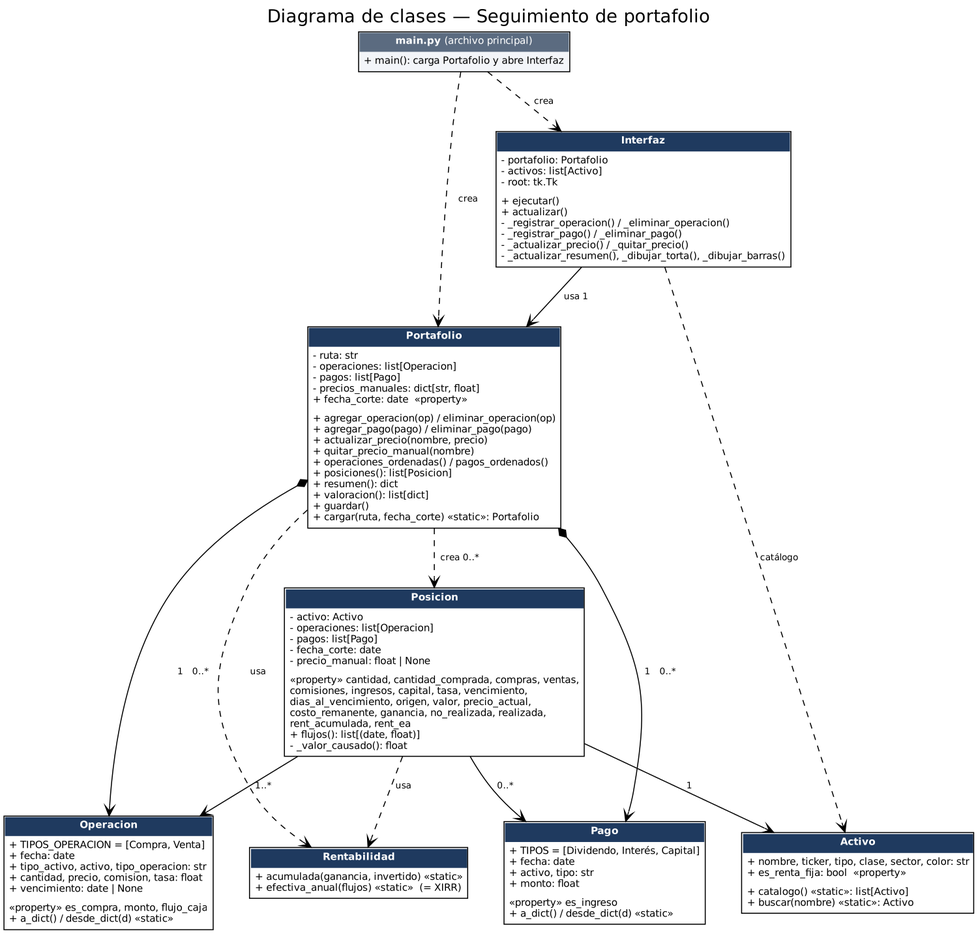
This is docs/img/uml_clases.png from N-um/Portafolio-de-inversion., a Graphviz export, as it was before one commit. Its source is kept beside it as docs/uml_clases.dot. Its diagram source:
```dot
digraph UML {
  graph [rankdir=TB, fontname="Helvetica", nodesep=0.5, ranksep=0.7, label="Diagrama de clases — Seguimiento de portafolio", labelloc=t, fontsize=18];
  node  [shape=plain, fontname="Helvetica", fontsize=10];
  edge  [fontname="Helvetica", fontsize=9];

  main [label=<<table border="1" cellborder="0" cellspacing="0" cellpadding="4" bgcolor="#F3F5F9">
    <tr><td bgcolor="#5B6B80"><font color="white"><b>main.py</b> (archivo principal)</font></td></tr>
    <tr><td align="left" balign="left">+ main(): carga Portafolio y abre Interfaz</td></tr></table>>];

  Interfaz [label=<<table border="1" cellborder="0" cellspacing="0" cellpadding="4">
    <tr><td bgcolor="#1F3A5F"><font color="white"><b>Interfaz</b></font></td></tr>
    <tr><td align="left" balign="left">- portafolio: Portafolio<br align="left"/>- activos: list[Activo]<br align="left"/>- root: tk.Tk</td></tr>
    <tr><td align="left" balign="left">+ ejecutar()<br align="left"/>+ actualizar()<br align="left"/>- _registrar_operacion() / _eliminar_operacion()<br align="left"/>- _registrar_pago() / _eliminar_pago()<br align="left"/>- _actualizar_precio() / _quitar_precio()<br align="left"/>- _actualizar_resumen(), _dibujar_torta(), _dibujar_barras()</td></tr></table>>];

  Portafolio [label=<<table border="1" cellborder="0" cellspacing="0" cellpadding="4">
    <tr><td bgcolor="#1F3A5F"><font color="white"><b>Portafolio</b></font></td></tr>
    <tr><td align="left" balign="left">- ruta: str<br align="left"/>- operaciones: list[Operacion]<br align="left"/>- pagos: list[Pago]<br align="left"/>- precios_manuales: dict[str, float]<br align="left"/>+ fecha_corte: date  «property»</td></tr>
    <tr><td align="left" balign="left">+ agregar_operacion(op) / eliminar_operacion(op)<br align="left"/>+ agregar_pago(pago) / eliminar_pago(pago)<br align="left"/>+ actualizar_precio(nombre, precio)<br align="left"/>+ quitar_precio_manual(nombre)<br align="left"/>+ operaciones_ordenadas() / pagos_ordenados()<br align="left"/>+ posiciones(): list[Posicion]<br align="left"/>+ resumen(): dict<br align="left"/>+ valoracion(): list[dict]<br align="left"/>+ guardar()<br align="left"/>+ cargar(ruta, fecha_corte) «static»: Portafolio</td></tr></table>>];

  Posicion [label=<<table border="1" cellborder="0" cellspacing="0" cellpadding="4">
    <tr><td bgcolor="#1F3A5F"><font color="white"><b>Posicion</b></font></td></tr>
    <tr><td align="left" balign="left">- activo: Activo<br align="left"/>- operaciones: list[Operacion]<br align="left"/>- pagos: list[Pago]<br align="left"/>- fecha_corte: date<br align="left"/>- precio_manual: float | None</td></tr>
    <tr><td align="left" balign="left">«property» cantidad, cantidad_comprada, compras, ventas,<br align="left"/>comisiones, ingresos, capital, tasa, vencimiento,<br align="left"/>dias_al_vencimiento, origen, valor, precio_actual,<br align="left"/>costo_remanente, ganancia, no_realizada, realizada,<br align="left"/>rent_acumulada, rent_ea<br align="left"/>+ flujos(): list[(date, float)]<br align="left"/>- _valor_causado(): float</td></tr></table>>];

  Rentabilidad [label=<<table border="1" cellborder="0" cellspacing="0" cellpadding="4">
    <tr><td bgcolor="#1F3A5F"><font color="white"><b>Rentabilidad</b></font></td></tr>
    <tr><td align="left" balign="left">+ acumulada(ganancia, invertido) «static»<br align="left"/>+ efectiva_anual(flujos) «static»  (= XIRR)</td></tr></table>>];

  Activo [label=<<table border="1" cellborder="0" cellspacing="0" cellpadding="4">
    <tr><td bgcolor="#1F3A5F"><font color="white"><b>Activo</b></font></td></tr>
    <tr><td align="left" balign="left">+ nombre, ticker, tipo, clase, sector, color: str<br align="left"/>+ es_renta_fija: bool  «property»</td></tr>
    <tr><td align="left" balign="left">+ catalogo() «static»: list[Activo]<br align="left"/>+ buscar(nombre) «static»: Activo</td></tr></table>>];

  Operacion [label=<<table border="1" cellborder="0" cellspacing="0" cellpadding="4">
    <tr><td bgcolor="#1F3A5F"><font color="white"><b>Operacion</b></font></td></tr>
    <tr><td align="left" balign="left">+ TIPOS_OPERACION = [Compra, Venta]<br align="left"/>+ fecha: date<br align="left"/>+ tipo_activo, activo, tipo_operacion: str<br align="left"/>+ cantidad, precio, comision, tasa: float<br align="left"/>+ vencimiento: date | None</td></tr>
    <tr><td align="left" balign="left">«property» es_compra, monto, flujo_caja<br align="left"/>+ a_dict() / desde_dict(d) «static»</td></tr></table>>];

  Pago [label=<<table border="1" cellborder="0" cellspacing="0" cellpadding="4">
    <tr><td bgcolor="#1F3A5F"><font color="white"><b>Pago</b></font></td></tr>
    <tr><td align="left" balign="left">+ TIPOS = [Dividendo, Interés, Capital]<br align="left"/>+ fecha: date<br align="left"/>+ activo, tipo: str<br align="left"/>+ monto: float</td></tr>
    <tr><td align="left" balign="left">«property» es_ingreso<br align="left"/>+ a_dict() / desde_dict(d) «static»</td></tr></table>>];

  main -> Portafolio [label="  crea", style=dashed, arrowhead=vee];
  main -> Interfaz [label="  crea", style=dashed, arrowhead=vee];
  Interfaz -> Portafolio [label="  usa 1", arrowhead=vee];
  Interfaz -> Activo [label=" catálogo", style=dashed, arrowhead=vee];
  Portafolio -> Operacion [label=" 1   0..*", dir=both, arrowtail=diamond, arrowhead=vee];
  Portafolio -> Pago [label=" 1   0..*", dir=both, arrowtail=diamond, arrowhead=vee];
  Portafolio -> Posicion [label="  crea 0..*", style=dashed, arrowhead=vee];
  Posicion -> Activo [label=" 1", arrowhead=vee];
  Posicion -> Operacion [label=" 1..*", arrowhead=vee];
  Posicion -> Pago [label=" 0..*", arrowhead=vee];
  Posicion -> Rentabilidad [label=" usa", style=dashed, arrowhead=vee];
  Portafolio -> Rentabilidad [label=" usa", style=dashed, arrowhead=vee];
  { rank=same; Operacion; Pago; Activo; }
}
```
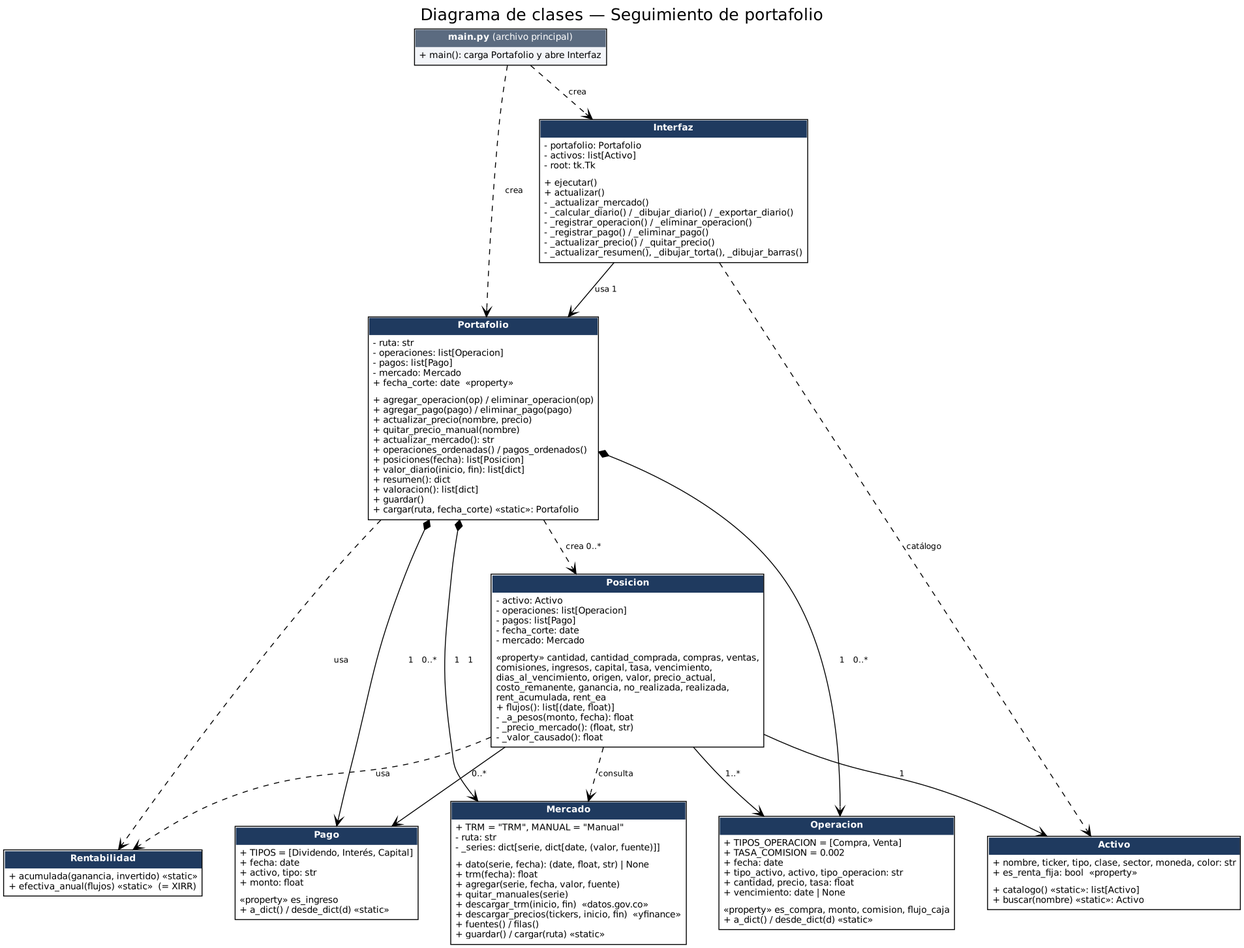
The same diagram one commit later.

Change to the diagram source:
```diff
@@ -10,17 +10,17 @@
   Interfaz [label=<<table border="1" cellborder="0" cellspacing="0" cellpadding="4">
     <tr><td bgcolor="#1F3A5F"><font color="white"><b>Interfaz</b></font></td></tr>
     <tr><td align="left" balign="left">- portafolio: Portafolio<br align="left"/>- activos: list[Activo]<br align="left"/>- root: tk.Tk</td></tr>
-    <tr><td align="left" balign="left">+ ejecutar()<br align="left"/>+ actualizar()<br align="left"/>- _registrar_operacion() / _eliminar_operacion()<br align="left"/>- _registrar_pago() / _eliminar_pago()<br align="left"/>- _actualizar_precio() / _quitar_precio()<br align="left"/>- _actualizar_resumen(), _dibujar_torta(), _dibujar_barras()</td></tr></table>>];
+    <tr><td align="left" balign="left">+ ejecutar()<br align="left"/>+ actualizar()<br align="left"/>- _actualizar_mercado()<br align="left"/>- _calcular_diario() / _dibujar_diario() / _exportar_diario()<br align="left"/>- _registrar_operacion() / _eliminar_operacion()<br align="left"/>- _registrar_pago() / _eliminar_pago()<br align="left"/>- _actualizar_precio() / _quitar_precio()<br align="left"/>- _actualizar_resumen(), _dibujar_torta(), _dibujar_barras()</td></tr></table>>];
 
   Portafolio [label=<<table border="1" cellborder="0" cellspacing="0" cellpadding="4">
     <tr><td bgcolor="#1F3A5F"><font color="white"><b>Portafolio</b></font></td></tr>
-    <tr><td align="left" balign="left">- ruta: str<br align="left"/>- operaciones: list[Operacion]<br align="left"/>- pagos: list[Pago]<br align="left"/>- precios_manuales: dict[str, float]<br align="left"/>+ fecha_corte: date  «property»</td></tr>
-    <tr><td align="left" balign="left">+ agregar_operacion(op) / eliminar_operacion(op)<br align="left"/>+ agregar_pago(pago) / eliminar_pago(pago)<br align="left"/>+ actualizar_precio(nombre, precio)<br align="left"/>+ quitar_precio_manual(nombre)<br align="left"/>+ operaciones_ordenadas() / pagos_ordenados()<br align="left"/>+ posiciones(): list[Posicion]<br align="left"/>+ resumen(): dict<br align="left"/>+ valoracion(): list[dict]<br align="left"/>+ guardar()<br align="left"/>+ cargar(ruta, fecha_corte) «static»: Portafolio</td></tr></table>>];
+    <tr><td align="left" balign="left">- ruta: str<br align="left"/>- operaciones: list[Operacion]<br align="left"/>- pagos: list[Pago]<br align="left"/>- mercado: Mercado<br align="left"/>+ fecha_corte: date  «property»</td></tr>
+    <tr><td align="left" balign="left">+ agregar_operacion(op) / eliminar_operacion(op)<br align="left"/>+ agregar_pago(pago) / eliminar_pago(pago)<br align="left"/>+ actualizar_precio(nombre, precio)<br align="left"/>+ quitar_precio_manual(nombre)<br align="left"/>+ actualizar_mercado(): str<br align="left"/>+ operaciones_ordenadas() / pagos_ordenados()<br align="left"/>+ posiciones(fecha): list[Posicion]<br align="left"/>+ valor_diario(inicio, fin): list[dict]<br align="left"/>+ resumen(): dict<br align="left"/>+ valoracion(): list[dict]<br align="left"/>+ guardar()<br align="left"/>+ cargar(ruta, fecha_corte) «static»: Portafolio</td></tr></table>>];
 
   Posicion [label=<<table border="1" cellborder="0" cellspacing="0" cellpadding="4">
     <tr><td bgcolor="#1F3A5F"><font color="white"><b>Posicion</b></font></td></tr>
-    <tr><td align="left" balign="left">- activo: Activo<br align="left"/>- operaciones: list[Operacion]<br align="left"/>- pagos: list[Pago]<br align="left"/>- fecha_corte: date<br align="left"/>- precio_manual: float | None</td></tr>
-    <tr><td align="left" balign="left">«property» cantidad, cantidad_comprada, compras, ventas,<br align="left"/>comisiones, ingresos, capital, tasa, vencimiento,<br align="left"/>dias_al_vencimiento, origen, valor, precio_actual,<br align="left"/>costo_remanente, ganancia, no_realizada, realizada,<br align="left"/>rent_acumulada, rent_ea<br align="left"/>+ flujos(): list[(date, float)]<br align="left"/>- _valor_causado(): float</td></tr></table>>];
+    <tr><td align="left" balign="left">- activo: Activo<br align="left"/>- operaciones: list[Operacion]<br align="left"/>- pagos: list[Pago]<br align="left"/>- fecha_corte: date<br align="left"/>- mercado: Mercado</td></tr>
+    <tr><td align="left" balign="left">«property» cantidad, cantidad_comprada, compras, ventas,<br align="left"/>comisiones, ingresos, capital, tasa, vencimiento,<br align="left"/>dias_al_vencimiento, origen, valor, precio_actual,<br align="left"/>costo_remanente, ganancia, no_realizada, realizada,<br align="left"/>rent_acumulada, rent_ea<br align="left"/>+ flujos(): list[(date, float)]<br align="left"/>- _a_pesos(monto, fecha): float<br align="left"/>- _precio_mercado(): (float, str)<br align="left"/>- _valor_causado(): float</td></tr></table>>];
 
   Rentabilidad [label=<<table border="1" cellborder="0" cellspacing="0" cellpadding="4">
     <tr><td bgcolor="#1F3A5F"><font color="white"><b>Rentabilidad</b></font></td></tr>
@@ -28,18 +28,23 @@
 
   Activo [label=<<table border="1" cellborder="0" cellspacing="0" cellpadding="4">
     <tr><td bgcolor="#1F3A5F"><font color="white"><b>Activo</b></font></td></tr>
-    <tr><td align="left" balign="left">+ nombre, ticker, tipo, clase, sector, color: str<br align="left"/>+ es_renta_fija: bool  «property»</td></tr>
+    <tr><td align="left" balign="left">+ nombre, ticker, tipo, clase, sector, moneda, color: str<br align="left"/>+ es_renta_fija: bool  «property»</td></tr>
     <tr><td align="left" balign="left">+ catalogo() «static»: list[Activo]<br align="left"/>+ buscar(nombre) «static»: Activo</td></tr></table>>];
 
   Operacion [label=<<table border="1" cellborder="0" cellspacing="0" cellpadding="4">
     <tr><td bgcolor="#1F3A5F"><font color="white"><b>Operacion</b></font></td></tr>
-    <tr><td align="left" balign="left">+ TIPOS_OPERACION = [Compra, Venta]<br align="left"/>+ fecha: date<br align="left"/>+ tipo_activo, activo, tipo_operacion: str<br align="left"/>+ cantidad, precio, comision, tasa: float<br align="left"/>+ vencimiento: date | None</td></tr>
-    <tr><td align="left" balign="left">«property» es_compra, monto, flujo_caja<br align="left"/>+ a_dict() / desde_dict(d) «static»</td></tr></table>>];
+    <tr><td align="left" balign="left">+ TIPOS_OPERACION = [Compra, Venta]<br align="left"/>+ TASA_COMISION = 0.002<br align="left"/>+ fecha: date<br align="left"/>+ tipo_activo, activo, tipo_operacion: str<br align="left"/>+ cantidad, precio, tasa: float<br align="left"/>+ vencimiento: date | None</td></tr>
+    <tr><td align="left" balign="left">«property» es_compra, monto, comision, flujo_caja<br align="left"/>+ a_dict() / desde_dict(d) «static»</td></tr></table>>];
 
   Pago [label=<<table border="1" cellborder="0" cellspacing="0" cellpadding="4">
     <tr><td bgcolor="#1F3A5F"><font color="white"><b>Pago</b></font></td></tr>
     <tr><td align="left" balign="left">+ TIPOS = [Dividendo, Interés, Capital]<br align="left"/>+ fecha: date<br align="left"/>+ activo, tipo: str<br align="left"/>+ monto: float</td></tr>
     <tr><td align="left" balign="left">«property» es_ingreso<br align="left"/>+ a_dict() / desde_dict(d) «static»</td></tr></table>>];
+
+  Mercado [label=<<table border="1" cellborder="0" cellspacing="0" cellpadding="4">
+    <tr><td bgcolor="#1F3A5F"><font color="white"><b>Mercado</b></font></td></tr>
+    <tr><td align="left" balign="left">+ TRM = "TRM", MANUAL = "Manual"<br align="left"/>- ruta: str<br align="left"/>- _series: dict[serie, dict[date, (valor, fuente)]]</td></tr>
+    <tr><td align="left" balign="left">+ dato(serie, fecha): (date, float, str) | None<br align="left"/>+ trm(fecha): float<br align="left"/>+ agregar(serie, fecha, valor, fuente)<br align="left"/>+ quitar_manuales(serie)<br align="left"/>+ descargar_trm(inicio, fin)  «datos.gov.co»<br align="left"/>+ descargar_precios(tickers, inicio, fin)  «yfinance»<br align="left"/>+ fuentes() / filas()<br align="left"/>+ guardar() / cargar(ruta) «static»</td></tr></table>>];
 
   main -> Portafolio [label="  crea", style=dashed, arrowhead=vee];
   main -> Interfaz [label="  crea", style=dashed, arrowhead=vee];
@@ -48,6 +53,8 @@
   Portafolio -> Operacion [label=" 1   0..*", dir=both, arrowtail=diamond, arrowhead=vee];
   Portafolio -> Pago [label=" 1   0..*", dir=both, arrowtail=diamond, arrowhead=vee];
   Portafolio -> Posicion [label="  crea 0..*", style=dashed, arrowhead=vee];
+  Portafolio -> Mercado [label=" 1   1", dir=both, arrowtail=diamond, arrowhead=vee];
+  Posicion -> Mercado [label=" consulta", style=dashed, arrowhead=vee];
   Posicion -> Activo [label=" 1", arrowhead=vee];
   Posicion -> Operacion [label=" 1..*", arrowhead=vee];
   Posicion -> Pago [label=" 0..*", arrowhead=vee];
```
